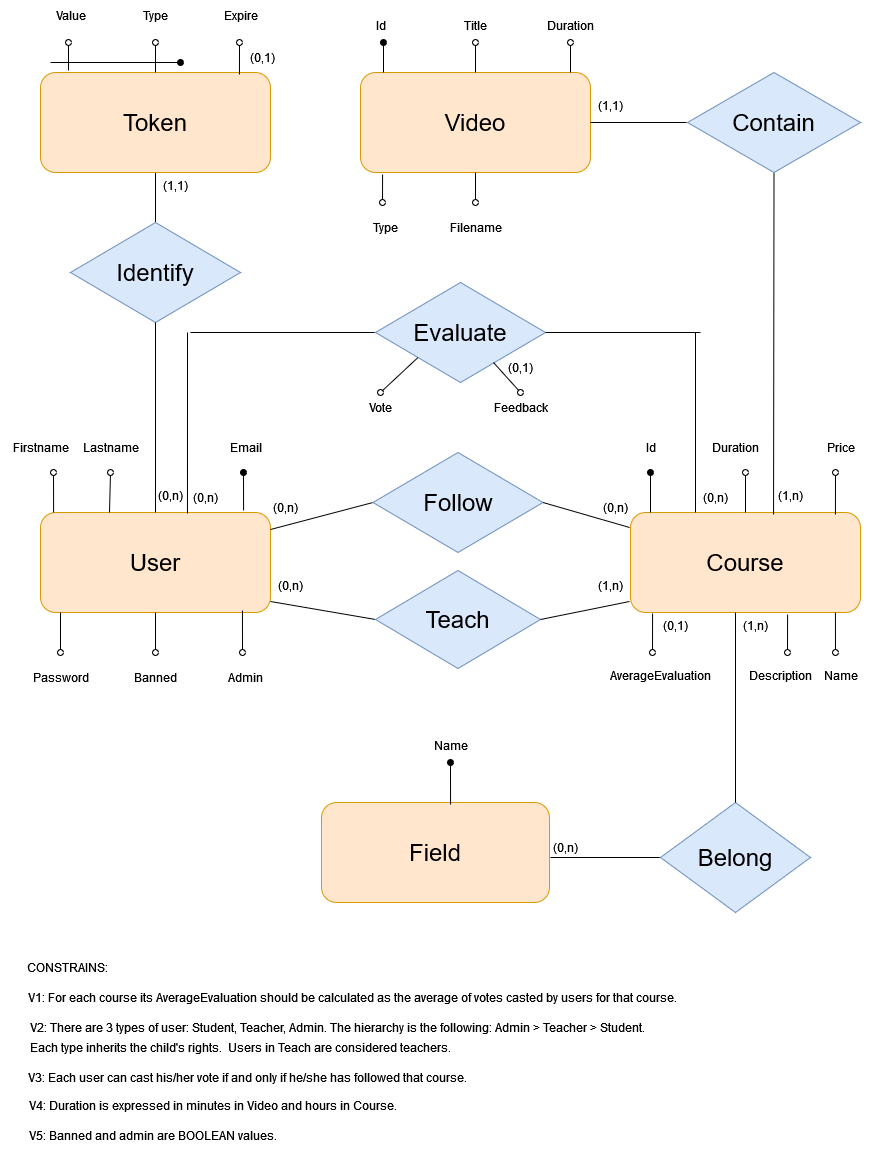
Above: database/STEMazing Database ER Schema.png in MattiaCacciatore/ProgettoSAW (draw.io), before the change. Source tidied: cells renumbered, new cells last; positions are measured from the earlier drawing's top-left corner, leaving out a move shared by most shapes.
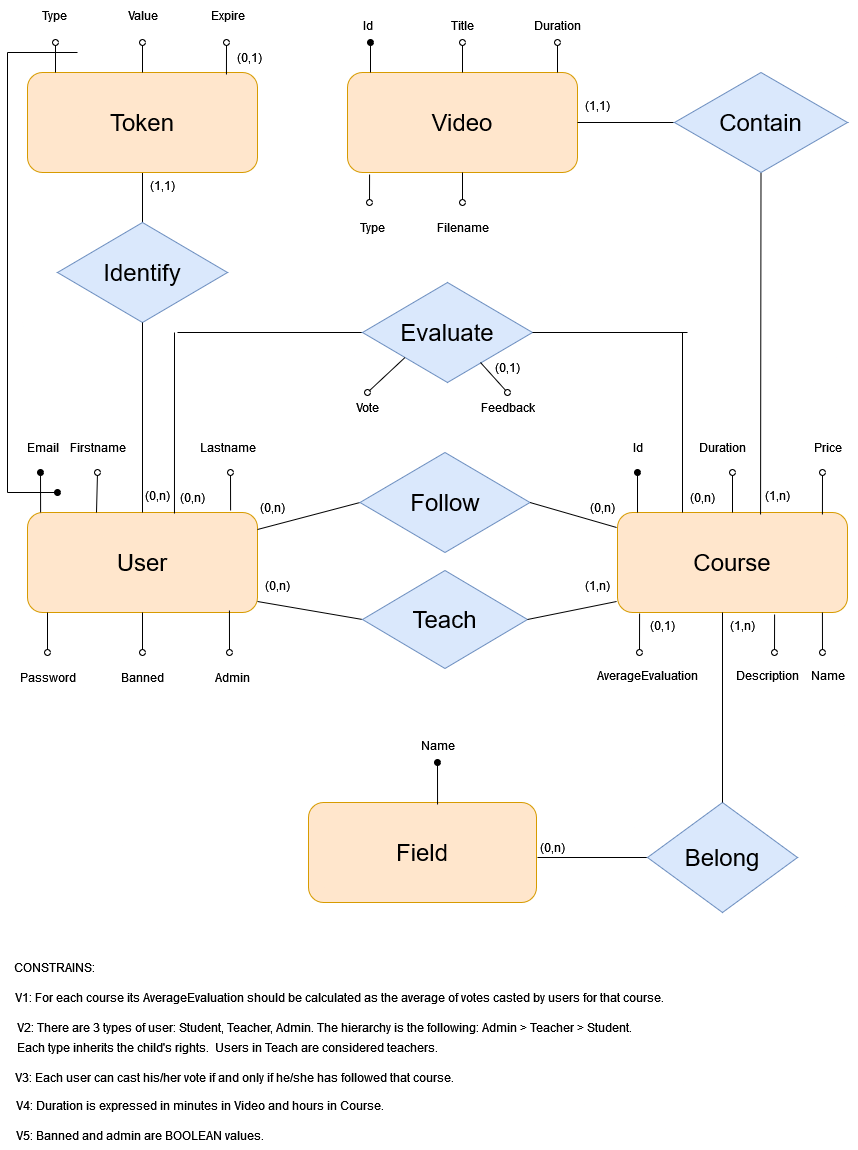
The same file after the commit.

Diff of the diagram source:
```diff
@@ -5,13 +5,13 @@
     <mxCell id="2" value="&lt;font style=&quot;font-size: 24px;&quot;&gt;User&lt;/font&gt;" style="rounded=1;whiteSpace=wrap;html=1;fillColor=#ffe6cc;strokeColor=#d79b00;" parent="1" vertex="1">
       <mxGeometry x="40" y="512" width="230" height="100" as="geometry" />
     </mxCell>
-    <mxCell id="3" style="endArrow=oval;html=1;rounded=0;endFill=0;exitX=0.057;exitY=0;exitDx=0;exitDy=0;exitPerimeter=0;" parent="1" edge="1" source="2">
+    <mxCell id="3" style="endArrow=oval;html=1;rounded=0;endFill=1;exitX=0.057;exitY=0;exitDx=0;exitDy=0;exitPerimeter=0;" parent="1" edge="1" source="2">
       <mxGeometry relative="1" as="geometry">
         <mxPoint x="53" y="472" as="targetPoint" />
       </mxGeometry>
     </mxCell>
     <mxCell id="4" value="Firstname" style="text;html=1;align=center;verticalAlign=middle;strokeColor=none;fillColor=none;" parent="1" vertex="1">
-      <mxGeometry y="432" width="80" height="30" as="geometry" />
+      <mxGeometry x="70" y="432" width="80" height="30" as="geometry" />
     </mxCell>
     <mxCell id="5" style="endArrow=oval;html=1;rounded=0;endFill=0;exitX=0.3;exitY=0;exitDx=0;exitDy=0;exitPerimeter=0;" parent="1" edge="1" source="2">
       <mxGeometry relative="1" as="geometry">
@@ -19,15 +19,15 @@
       </mxGeometry>
     </mxCell>
     <mxCell id="6" value="Lastname" style="text;html=1;align=center;verticalAlign=middle;strokeColor=none;fillColor=none;" parent="1" vertex="1">
-      <mxGeometry x="70" y="432" width="80" height="30" as="geometry" />
+      <mxGeometry x="200" y="432" width="80" height="30" as="geometry" />
     </mxCell>
-    <mxCell id="7" style="endArrow=oval;html=1;rounded=0;exitX=0.883;exitY=-0.02;exitDx=0;exitDy=0;exitPerimeter=0;endFill=1;" parent="1" edge="1" source="2">
+    <mxCell id="7" style="endArrow=oval;html=1;rounded=0;exitX=0.883;exitY=-0.02;exitDx=0;exitDy=0;exitPerimeter=0;endFill=0;" parent="1" edge="1" source="2">
       <mxGeometry relative="1" as="geometry">
         <mxPoint x="243" y="472" as="targetPoint" />
       </mxGeometry>
     </mxCell>
     <mxCell id="8" value="Email" style="text;html=1;align=center;verticalAlign=middle;strokeColor=none;fillColor=none;" parent="1" vertex="1">
-      <mxGeometry x="220" y="432" width="50" height="30" as="geometry" />
+      <mxGeometry x="30" y="432" width="50" height="30" as="geometry" />
     </mxCell>
     <mxCell id="9" style="endArrow=oval;html=1;rounded=0;exitX=0.878;exitY=0.98;exitDx=0;exitDy=0;exitPerimeter=0;endFill=0;" parent="1" edge="1" source="2">
       <mxGeometry relative="1" as="geometry">
@@ -288,12 +288,12 @@
     </mxCell>
     <mxCell id="79" style="endArrow=oval;html=1;rounded=0;endFill=0;" parent="1" edge="1">
       <mxGeometry relative="1" as="geometry">
-        <mxPoint x="68" y="70" as="sourcePoint" />
+        <mxPoint x="68" y="72" as="sourcePoint" />
         <mxPoint x="68" y="42" as="targetPoint" />
       </mxGeometry>
     </mxCell>
     <mxCell id="80" value="Value" style="text;html=1;align=center;verticalAlign=middle;strokeColor=none;fillColor=none;" parent="1" vertex="1">
-      <mxGeometry x="45" width="50" height="30" as="geometry" />
+      <mxGeometry x="130" width="50" height="30" as="geometry" />
     </mxCell>
     <mxCell id="81" style="endArrow=oval;html=1;rounded=0;exitX=0.5;exitY=0;exitDx=0;exitDy=0;endFill=0;" parent="1" edge="1" source="78">
       <mxGeometry relative="1" as="geometry">
@@ -301,14 +301,8 @@
       </mxGeometry>
     </mxCell>
     <mxCell id="82" value="Type" style="text;html=1;align=center;verticalAlign=middle;strokeColor=none;fillColor=none;" parent="1" vertex="1">
-      <mxGeometry x="130" width="50" height="30" as="geometry" />
+      <mxGeometry x="42" width="50" height="30" as="geometry" />
     </mxCell>
-    <mxCell id="83" style="endArrow=oval;html=1;rounded=0;endFill=1;" parent="1" edge="1">
-      <mxGeometry relative="1" as="geometry">
-        <mxPoint x="50" y="62" as="sourcePoint" />
-        <mxPoint x="180" y="62" as="targetPoint" />
-      </mxGeometry>
-    </mxCell>
     <mxCell id="84" value="CONSTRAINS:" style="text;html=1;align=center;verticalAlign=middle;strokeColor=none;fillColor=none;" parent="1" vertex="1">
       <mxGeometry x="17" y="952" width="100" height="30" as="geometry" />
     </mxCell>
@@ -352,5 +346,23 @@
     <mxCell id="95" value="(0,1)" style="text;html=1;align=center;verticalAlign=middle;strokeColor=none;fillColor=none;" parent="1" vertex="1">
       <mxGeometry x="237" y="42" width="50" height="30" as="geometry" />
     </mxCell>
+    <mxCell id="96" style="endArrow=none;html=1;rounded=0;" parent="1" edge="1">
+      <mxGeometry relative="1" as="geometry">
+        <mxPoint x="20" y="52" as="sourcePoint" />
+        <mxPoint x="90" y="52" as="targetPoint" />
+      </mxGeometry>
+    </mxCell>
+    <mxCell id="97" style="endArrow=none;html=1;rounded=0;" parent="1" edge="1">
+      <mxGeometry relative="1" as="geometry">
+        <mxPoint x="20" y="492" as="sourcePoint" />
+        <mxPoint x="20" y="52" as="targetPoint" />
+      </mxGeometry>
+    </mxCell>
+    <mxCell id="98" style="endArrow=oval;html=1;rounded=0;endFill=1;" parent="1" edge="1">
+      <mxGeometry relative="1" as="geometry">
+        <mxPoint x="20" y="492" as="sourcePoint" />
+        <mxPoint x="70" y="492" as="targetPoint" />
+      </mxGeometry>
+    </mxCell>
   </root>
 </mxGraphModel>
```
